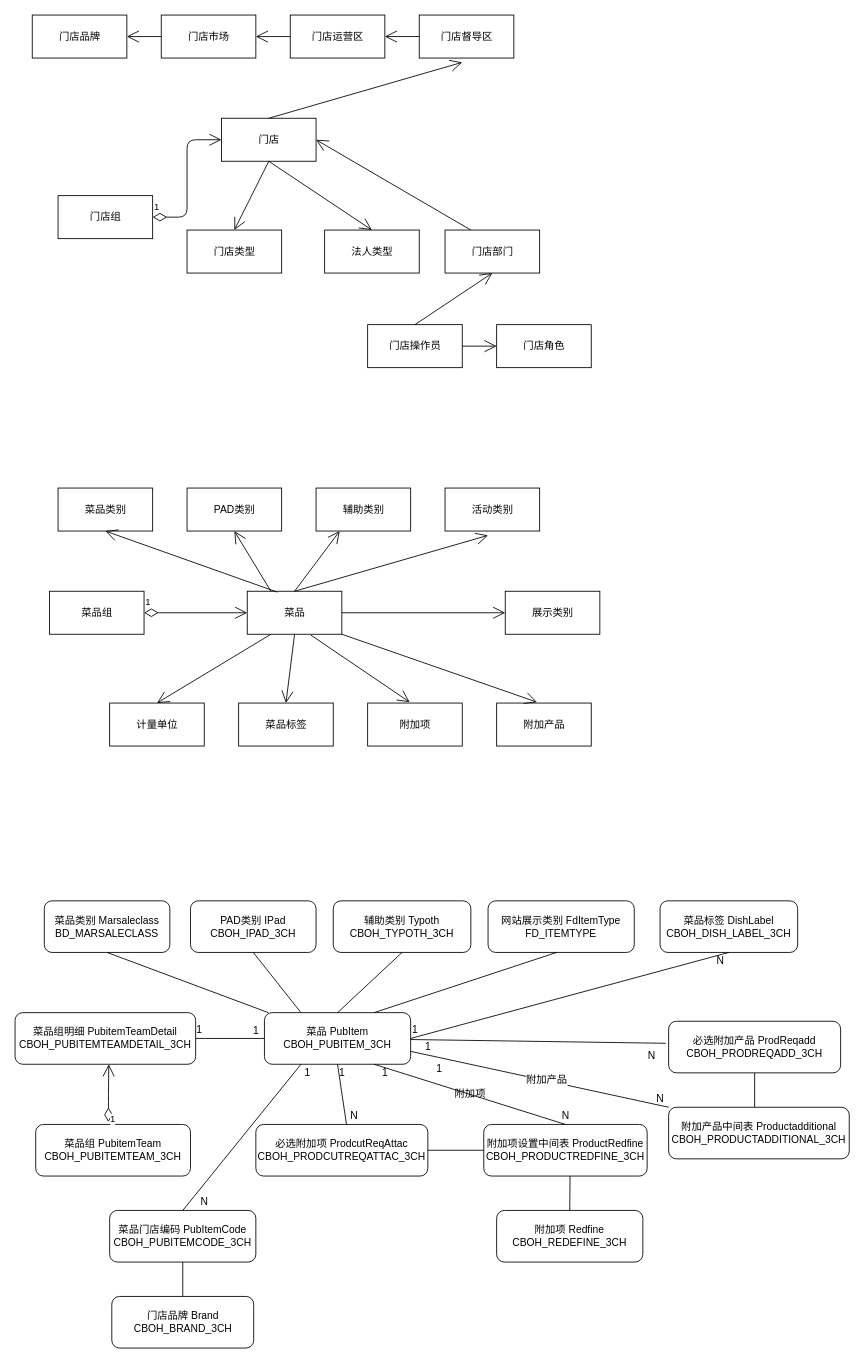
Before: 门店菜品模型.drawio in liuchenwei2000/diagram, a draw.io diagram. Source tidied: cells renumbered, new cells numbered last; positions are measured from the earlier drawing's top-left corner, leaving out a move shared by most shapes. Both pictures are drawn from the tidied source at 86%, with x=0, y=0 at pixel (15, 15).
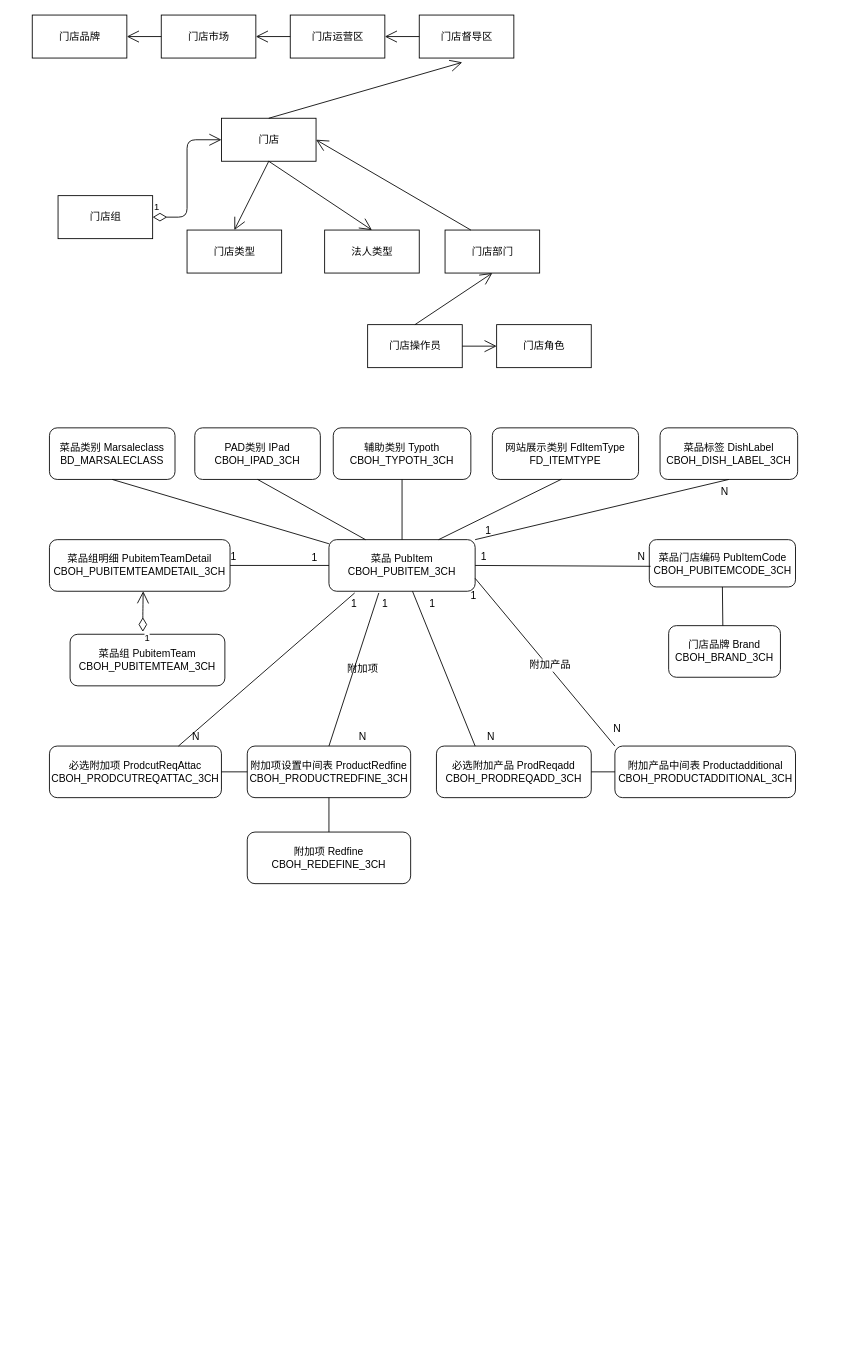
The same page after the edit.

Commit message:
Update 门店菜品模型.drawio

What changed in the source:
```diff
@@
-    <mxCell id="23" value="菜品类别" style="html=1;" parent="1" vertex="1">
-      <mxGeometry x="50" y="550" width="110" height="50" as="geometry" />
-    </mxCell>
-    <mxCell id="24" value="PAD类别" style="html=1;" parent="1" vertex="1">
-      <mxGeometry x="200" y="550" width="110" height="50" as="geometry" />
-    </mxCell>
-    <mxCell id="25" value="辅助类别" style="html=1;" parent="1" vertex="1">
-      <mxGeometry x="350" y="550" width="110" height="50" as="geometry" />
-    </mxCell>
-    <mxCell id="26" value="活动类别" style="html=1;" parent="1" vertex="1">
-      <mxGeometry x="500" y="550" width="110" height="50" as="geometry" />
-    </mxCell>
-    <mxCell id="27" value="菜品" style="html=1;" parent="1" vertex="1">
-      <mxGeometry x="270" y="670" width="110" height="50" as="geometry" />
-    </mxCell>
-    <mxCell id="28" value="菜品组" style="html=1;" parent="1" vertex="1">
-      <mxGeometry x="40" y="670" width="110" height="50" as="geometry" />
-    </mxCell>
-    <mxCell id="29" value="计量单位" style="html=1;" parent="1" vertex="1">
-      <mxGeometry x="110" y="800" width="110" height="50" as="geometry" />
-    </mxCell>
-    <mxCell id="30" value="菜品标签" style="html=1;" parent="1" vertex="1">
-      <mxGeometry x="260" y="800" width="110" height="50" as="geometry" />
-    </mxCell>
-    <mxCell id="31" value="展示类别" style="html=1;" parent="1" vertex="1">
-      <mxGeometry x="570" y="670" width="110" height="50" as="geometry" />
-    </mxCell>
-    <mxCell id="32" value="附加项" style="html=1;" parent="1" vertex="1">
-      <mxGeometry x="410" y="800" width="110" height="50" as="geometry" />
-    </mxCell>
-    <mxCell id="33" value="附加产品" style="html=1;" parent="1" vertex="1">
-      <mxGeometry x="560" y="800" width="110" height="50" as="geometry" />
-    </mxCell>
-    <mxCell id="34" style="endArrow=open;endFill=1;endSize=12;html=1;entryX=0.5;entryY=1;entryDx=0;entryDy=0;exitX=0.318;exitY=0.02;exitDx=0;exitDy=0;exitPerimeter=0;" parent="1" edge="1" source="27" target="23">
-      <mxGeometry relative="1" as="geometry" />
-    </mxCell>
-    <mxCell id="35" style="endArrow=open;endFill=1;endSize=12;html=1;exitX=0.25;exitY=0;exitDx=0;exitDy=0;entryX=0.5;entryY=1;entryDx=0;entryDy=0;" parent="1" edge="1" source="27" target="24">
-      <mxGeometry relative="1" as="geometry" />
-    </mxCell>
-    <mxCell id="36" style="endArrow=open;endFill=1;endSize=12;html=1;exitX=0.5;exitY=0;exitDx=0;exitDy=0;entryX=0.25;entryY=1;entryDx=0;entryDy=0;" parent="1" edge="1" source="27" target="25">
-      <mxGeometry relative="1" as="geometry" />
-    </mxCell>
-    <mxCell id="37" style="endArrow=open;endFill=1;endSize=12;html=1;exitX=0.5;exitY=0;exitDx=0;exitDy=0;" parent="1" edge="1" source="27">
-      <mxGeometry relative="1" as="geometry">
-        <mxPoint x="550" y="605" as="targetPoint" />
-      </mxGeometry>
-    </mxCell>
-    <mxCell id="38" style="endArrow=open;endFill=1;endSize=12;html=1;exitX=0.25;exitY=1;exitDx=0;exitDy=0;" parent="1" edge="1" source="27">
-      <mxGeometry relative="1" as="geometry">
-        <mxPoint x="165" y="800" as="targetPoint" />
-      </mxGeometry>
-    </mxCell>
-    <mxCell id="39" style="endArrow=open;endFill=1;endSize=12;html=1;entryX=0.5;entryY=0;entryDx=0;entryDy=0;exitX=0.5;exitY=1;exitDx=0;exitDy=0;" parent="1" edge="1" source="27" target="30">
-      <mxGeometry relative="1" as="geometry" />
-    </mxCell>
-    <mxCell id="40" value="1" style="endArrow=open;html=1;endSize=12;startArrow=diamondThin;startSize=14;startFill=0;edgeStyle=orthogonalEdgeStyle;align=left;verticalAlign=bottom;entryX=0;entryY=0.5;entryDx=0;entryDy=0;" parent="1" edge="1" source="28" target="27">
-      <mxGeometry x="-1" y="3" relative="1" as="geometry" />
-    </mxCell>
-    <mxCell id="41" style="endArrow=open;endFill=1;endSize=12;html=1;entryX=0.427;entryY=-0.02;entryDx=0;entryDy=0;entryPerimeter=0;exitX=1;exitY=1;exitDx=0;exitDy=0;" parent="1" edge="1" source="27" target="33">
-      <mxGeometry relative="1" as="geometry" />
-    </mxCell>
-    <mxCell id="42" style="endArrow=open;endFill=1;endSize=12;html=1;entryX=0;entryY=0.5;entryDx=0;entryDy=0;exitX=1;exitY=0.5;exitDx=0;exitDy=0;" parent="1" edge="1" source="27" target="31">
-      <mxGeometry relative="1" as="geometry" />
-    </mxCell>
-    <mxCell id="43" style="endArrow=open;endFill=1;endSize=12;html=1;entryX=0.445;entryY=-0.02;entryDx=0;entryDy=0;exitX=0.673;exitY=1.02;exitDx=0;exitDy=0;exitPerimeter=0;entryPerimeter=0;" parent="1" edge="1" source="27" target="32">
-      <mxGeometry relative="1" as="geometry" />
-    </mxCell>
     <mxCell id="44" value="PAD类别 IPad&lt;br&gt;CBOH_IPAD_3CH" style="rounded=1;whiteSpace=wrap;html=1;" parent="1" vertex="1">
-      <mxGeometry x="204" y="1030" width="146" height="60" as="geometry" />
+      <mxGeometry x="209" y="480" width="146" height="60" as="geometry" />
     </mxCell>
     <mxCell id="45" value="菜品类别 Marsaleclass&lt;br&gt;BD_MARSALECLASS" style="rounded=1;whiteSpace=wrap;html=1;" parent="1" vertex="1">
-      <mxGeometry x="34" y="1030" width="146" height="60" as="geometry" />
+      <mxGeometry x="40" y="480" width="146" height="60" as="geometry" />
     </mxCell>
     <mxCell id="46" value="辅助类别 Typoth&lt;br&gt;CBOH_TYPOTH_3CH" style="rounded=1;whiteSpace=wrap;html=1;" parent="1" vertex="1">
-      <mxGeometry x="370" y="1030" width="160" height="60" as="geometry" />
+      <mxGeometry x="370" y="480" width="160" height="60" as="geometry" />
     </mxCell>
     <mxCell id="47" value="菜品组 PubitemTeam&lt;br&gt;CBOH_PUBITEMTEAM_3CH" style="rounded=1;whiteSpace=wrap;html=1;" parent="1" vertex="1">
-      <mxGeometry x="24" y="1290" width="180" height="60" as="geometry" />
+      <mxGeometry x="64" y="720" width="180" height="60" as="geometry" />
     </mxCell>
     <mxCell id="48" value="门店品牌&amp;nbsp;Brand&lt;br&gt;CBOH_BRAND_3CH" style="rounded=1;whiteSpace=wrap;html=1;" parent="1" vertex="1">
-      <mxGeometry x="112.5" y="1490" width="165" height="60" as="geometry" />
+      <mxGeometry x="760" y="710" width="130" height="60" as="geometry" />
     </mxCell>
     <mxCell id="49" value="菜品 PubItem&lt;br&gt;CBOH_PUBITEM_3CH" style="rounded=1;whiteSpace=wrap;html=1;" parent="1" vertex="1">
-      <mxGeometry x="290" y="1160" width="170" height="60" as="geometry" />
+      <mxGeometry x="365" y="610" width="170" height="60" as="geometry" />
     </mxCell>
@@
     <mxCell id="51" value="网站展示类别 FdItemType&lt;br&gt;FD_ITEMTYPE" style="rounded=1;whiteSpace=wrap;html=1;" parent="1" vertex="1">
-      <mxGeometry x="550" y="1030" width="170" height="60" as="geometry" />
+      <mxGeometry x="555" y="480" width="170" height="60" as="geometry" />
     </mxCell>
     <mxCell id="52" value="菜品标签&amp;nbsp;DishLabel&lt;br&gt;CBOH_DISH_LABEL_3CH" style="rounded=1;whiteSpace=wrap;html=1;" parent="1" vertex="1">
-      <mxGeometry x="750" y="1030" width="160" height="60" as="geometry" />
+      <mxGeometry x="750" y="480" width="160" height="60" as="geometry" />
     </mxCell>
     <mxCell id="53" value="附加项 Redfine&lt;br&gt;CBOH_REDEFINE_3CH" style="rounded=1;whiteSpace=wrap;html=1;" parent="1" vertex="1">
-      <mxGeometry x="560" y="1390" width="170" height="60" as="geometry" />
+      <mxGeometry x="270" y="950" width="190" height="60" as="geometry" />
     </mxCell>
-    <mxCell id="54" style="endArrow=none;html=1;entryX=0.5;entryY=1;entryDx=0;entryDy=0;exitX=1;exitY=0.5;exitDx=0;exitDy=0;" parent="1" edge="1" source="49" target="52">
+    <mxCell id="54" style="endArrow=none;html=1;entryX=0.5;entryY=1;entryDx=0;entryDy=0;exitX=1;exitY=0;exitDx=0;exitDy=0;" parent="1" edge="1" source="49" target="52">
       <mxGeometry relative="1" as="geometry" />
     </mxCell>
     <mxCell id="55" value="1" style="endArrow=open;html=1;endSize=12;startArrow=diamondThin;startSize=14;startFill=0;edgeStyle=orthogonalEdgeStyle;align=left;verticalAlign=bottom;exitX=0.47;exitY=-0.047;exitDx=0;exitDy=0;exitPerimeter=0;" parent="1" edge="1" source="47">
       <mxGeometry x="0.07" y="40" relative="1" as="geometry">
-        <mxPoint x="109" y="1220" as="targetPoint" />
+        <mxPoint x="149" y="670" as="targetPoint" />
         <mxPoint x="40" y="40" as="offset" />
       </mxGeometry>
     </mxCell>
     <mxCell id="56" value="N" style="text;html=1;align=center;verticalAlign=middle;" parent="1" vertex="1">
-      <mxGeometry x="810" y="1090" width="20" height="20" as="geometry" />
+      <mxGeometry x="815" y="545" width="20" height="20" as="geometry" />
     </mxCell>
     <mxCell id="57" value="1" style="text;html=1;align=center;verticalAlign=middle;" parent="1" vertex="1">
-      <mxGeometry x="455" y="1170" width="20" height="20" as="geometry" />
+      <mxGeometry x="540" y="590" width="20" height="20" as="geometry" />
     </mxCell>
     <mxCell id="58" value="菜品门店编码 PubItemCode&lt;br&gt;CBOH_PUBITEMCODE_3CH" style="rounded=1;whiteSpace=wrap;html=1;" parent="1" vertex="1">
-      <mxGeometry x="110" y="1390" width="170" height="60" as="geometry" />
+      <mxGeometry x="737.5" y="610" width="170" height="55" as="geometry" />
     </mxCell>
     <mxCell id="59" value="菜品组明细 PubitemTeamDetail&lt;br&gt;CBOH_PUBITEMTEAMDETAIL_3CH" style="rounded=1;whiteSpace=wrap;html=1;" parent="1" vertex="1">
-      <mxGeometry y="1160" width="210" height="60" as="geometry" />
+      <mxGeometry x="40" y="610" width="210" height="60" as="geometry" />
     </mxCell>
@@
     <mxCell id="62" value="1" style="text;html=1;align=center;verticalAlign=middle;" parent="1" vertex="1">
-      <mxGeometry x="204" y="1170" width="20" height="20" as="geometry" />
+      <mxGeometry x="244" y="620" width="20" height="20" as="geometry" />
     </mxCell>
@@
-    <mxCell id="66" style="endArrow=none;html=1;entryX=0.25;entryY=1;entryDx=0;entryDy=0;exitX=0.5;exitY=0;exitDx=0;exitDy=0;" parent="1" edge="1" source="58" target="49">
+    <mxCell id="66" style="endArrow=none;html=1;entryX=1;entryY=0.5;entryDx=0;entryDy=0;exitX=1.075;exitY=1.05;exitDx=0;exitDy=0;exitPerimeter=0;" parent="1" edge="1" source="67" target="49">
       <mxGeometry relative="1" as="geometry" />
     </mxCell>
     <mxCell id="67" value="N" style="text;html=1;align=center;verticalAlign=middle;points=[];" parent="1" vertex="1">
-      <mxGeometry x="210" y="1370" width="20" height="20" as="geometry" />
+      <mxGeometry x="717.5" y="620" width="20" height="20" as="geometry" />
     </mxCell>
     <mxCell id="68" value="1" style="text;html=1;align=center;verticalAlign=middle;" parent="1" vertex="1">
-      <mxGeometry x="330" y="1220" width="20" height="20" as="geometry" />
+      <mxGeometry x="475" y="675" width="20" height="20" as="geometry" />
     </mxCell>
     <mxCell id="69" style="endArrow=none;html=1;entryX=0.5;entryY=1;entryDx=0;entryDy=0;" parent="1" edge="1" target="58">
       <mxGeometry relative="1" as="geometry">
-        <mxPoint x="195" y="1490" as="sourcePoint" />
+        <mxPoint x="823" y="710" as="sourcePoint" />
       </mxGeometry>
     </mxCell>
     <mxCell id="70" value="必选附加项 ProdcutReqAttac&lt;br&gt;CBOH_PRODCUTREQATTAC_3CH" style="rounded=1;whiteSpace=wrap;html=1;" parent="1" vertex="1">
-      <mxGeometry x="280" y="1290" width="200" height="60" as="geometry" />
+      <mxGeometry x="40" y="850" width="200" height="60" as="geometry" />
     </mxCell>
-    <mxCell id="71" style="endArrow=none;html=1;entryX=0.5;entryY=1;entryDx=0;entryDy=0;exitX=0.527;exitY=0;exitDx=0;exitDy=0;exitPerimeter=0;" parent="1" edge="1" source="70" target="49">
+    <mxCell id="71" style="endArrow=none;html=1;entryX=0.176;entryY=1.033;entryDx=0;entryDy=0;exitX=0.75;exitY=0;exitDx=0;exitDy=0;entryPerimeter=0;" parent="1" edge="1" source="70" target="49">
       <mxGeometry relative="1" as="geometry" />
     </mxCell>
     <mxCell id="72" value="1" style="text;html=1;align=center;verticalAlign=middle;" parent="1" vertex="1">
-      <mxGeometry x="370" y="1220" width="20" height="20" as="geometry" />
+      <mxGeometry x="384" y="675" width="20" height="20" as="geometry" />
     </mxCell>
     <mxCell id="73" value="N" style="text;html=1;align=center;verticalAlign=middle;" parent="1" vertex="1">
-      <mxGeometry x="384" y="1270" width="20" height="20" as="geometry" />
+      <mxGeometry x="200" y="830" width="20" height="20" as="geometry" />
     </mxCell>
     <mxCell id="74" value="附加项设置中间表 ProductRedfine&lt;br&gt;CBOH_PRODUCTREDFINE_3CH" style="rounded=1;whiteSpace=wrap;html=1;" parent="1" vertex="1">
-      <mxGeometry x="545" y="1290" width="190" height="60" as="geometry" />
+      <mxGeometry x="270" y="850" width="190" height="60" as="geometry" />
     </mxCell>
-    <mxCell id="75" style="endArrow=none;html=1;entryX=0.75;entryY=1;entryDx=0;entryDy=0;exitX=0.5;exitY=0;exitDx=0;exitDy=0;" parent="1" edge="1" source="74" target="49">
+    <mxCell id="75" style="endArrow=none;html=1;exitX=0.5;exitY=0;exitDx=0;exitDy=0;entryX=0.341;entryY=1.033;entryDx=0;entryDy=0;entryPerimeter=0;" parent="1" edge="1" source="74" target="49">
       <mxGeometry relative="1" as="geometry" />
     </mxCell>
     <mxCell id="76" value="1" style="text;html=1;align=center;verticalAlign=middle;" parent="1" vertex="1">
-      <mxGeometry x="420" y="1220" width="20" height="20" as="geometry" />
+      <mxGeometry x="420" y="675" width="20" height="20" as="geometry" />
     </mxCell>
     <mxCell id="77" value="N" style="text;html=1;align=center;verticalAlign=middle;" parent="1" vertex="1">
-      <mxGeometry x="630" y="1270" width="20" height="20" as="geometry" />
+      <mxGeometry x="394" y="830" width="20" height="20" as="geometry" />
     </mxCell>
-    <mxCell id="78" style="endArrow=none;html=1;entryX=0.528;entryY=1;entryDx=0;entryDy=0;entryPerimeter=0;exitX=0.5;exitY=0;exitDx=0;exitDy=0;" parent="1" edge="1" source="53" target="74">
-      <mxGeometry relative="1" as="geometry" />
+    <mxCell id="78" style="endArrow=none;html=1;entryX=0.5;entryY=1;entryDx=0;entryDy=0;" parent="1" edge="1" target="74">
+      <mxGeometry relative="1" as="geometry">
+        <mxPoint x="365" y="950" as="sourcePoint" />
+      </mxGeometry>
     </mxCell>
@@
     <mxCell id="80" value="附加项" style="text;html=1;align=center;verticalAlign=middle;" parent="1" vertex="1">
-      <mxGeometry x="504" y="1245" width="50" height="20" as="geometry" />
+      <mxGeometry x="379" y="750" width="50" height="20" as="geometry" />
     </mxCell>
     <mxCell id="81" value="必选附加产品 ProdReqadd&lt;br&gt;CBOH_PRODREQADD_3CH" style="rounded=1;whiteSpace=wrap;html=1;" parent="1" vertex="1">
-      <mxGeometry x="760" y="1170" width="200" height="60" as="geometry" />
+      <mxGeometry x="490" y="850" width="180" height="60" as="geometry" />
     </mxCell>
-    <mxCell id="82" style="endArrow=none;html=1;entryX=-0.017;entryY=0.427;entryDx=0;entryDy=0;entryPerimeter=0;" parent="1" edge="1" source="49" target="81">
+    <mxCell id="82" style="endArrow=none;html=1;entryX=0.25;entryY=0;entryDx=0;entryDy=0;" parent="1" edge="1" source="49" target="81">
       <mxGeometry relative="1" as="geometry" />
     </mxCell>
     <mxCell id="83" value="1" style="text;html=1;align=center;verticalAlign=middle;" parent="1" vertex="1">
-      <mxGeometry x="470" y="1190" width="20" height="20" as="geometry" />
+      <mxGeometry x="535" y="620" width="20" height="20" as="geometry" />
     </mxCell>
     <mxCell id="84" value="N" style="text;html=1;align=center;verticalAlign=middle;" parent="1" vertex="1">
-      <mxGeometry x="730" y="1200" width="20" height="20" as="geometry" />
+      <mxGeometry x="543" y="830" width="20" height="20" as="geometry" />
     </mxCell>
     <mxCell id="85" value="附加产品中间表 Productadditional&lt;br&gt;CBOH_PRODUCTADDITIONAL_3CH" style="rounded=1;whiteSpace=wrap;html=1;" parent="1" vertex="1">
-      <mxGeometry x="760" y="1270" width="210" height="60" as="geometry" />
+      <mxGeometry x="697.5" y="850" width="210" height="60" as="geometry" />
     </mxCell>
-    <mxCell id="86" style="endArrow=none;html=1;" parent="1" edge="1">
-      <mxGeometry relative="1" as="geometry">
-        <mxPoint x="860" y="1270" as="sourcePoint" />
-        <mxPoint x="860" y="1230" as="targetPoint" />
-      </mxGeometry>
+    <mxCell id="86" style="endArrow=none;html=1;exitX=1;exitY=0.5;exitDx=0;exitDy=0;entryX=0;entryY=0.5;entryDx=0;entryDy=0;" parent="1" edge="1" source="81" target="85">
+      <mxGeometry relative="1" as="geometry" />
     </mxCell>
@@
     <mxCell id="89" value="1" style="text;html=1;align=center;verticalAlign=middle;" parent="1" vertex="1">
-      <mxGeometry x="483" y="1215" width="20" height="20" as="geometry" />
+      <mxGeometry x="523" y="665" width="20" height="20" as="geometry" />
     </mxCell>
     <mxCell id="90" value="N" style="text;html=1;align=center;verticalAlign=middle;" parent="1" vertex="1">
-      <mxGeometry x="740" y="1250" width="20" height="20" as="geometry" />
+      <mxGeometry x="690" y="820" width="20" height="20" as="geometry" />
     </mxCell>
```
